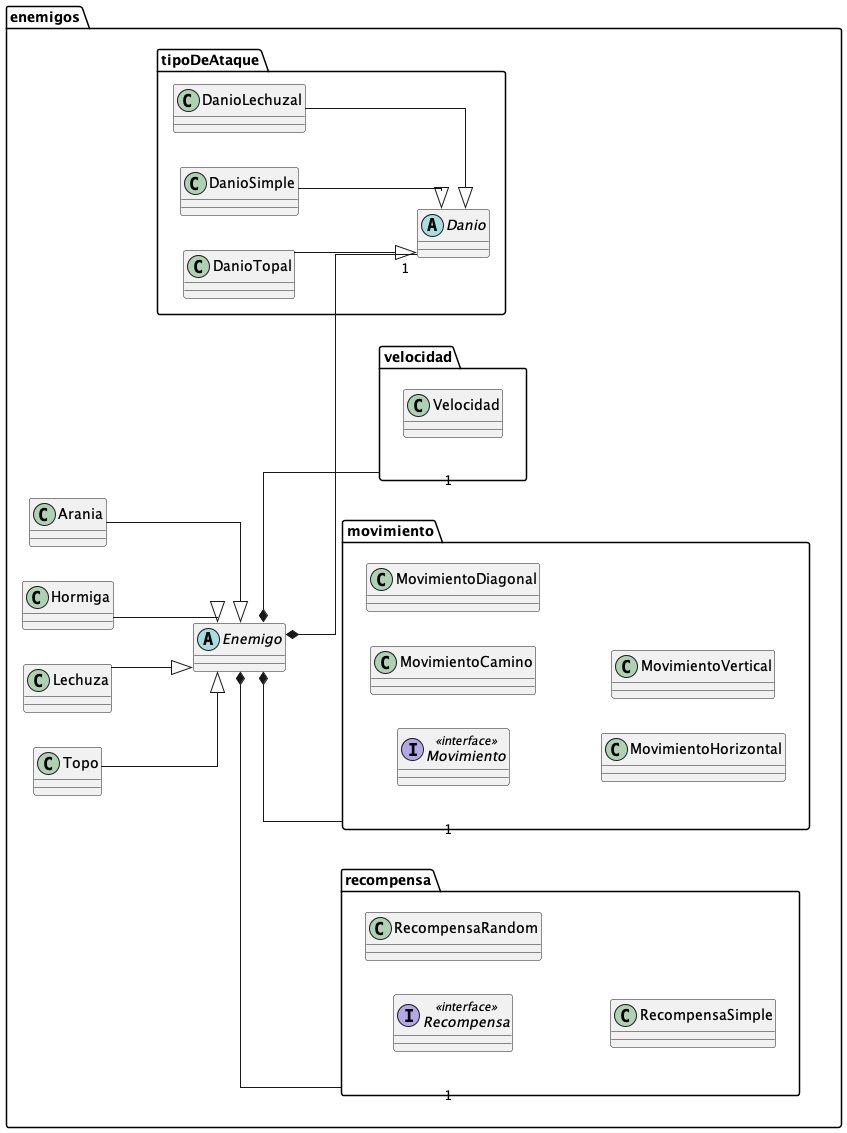
Earlier version of the PlantUML export diagrams/packages/enemigosPackage.png (franzimbi/algo3_tp2).
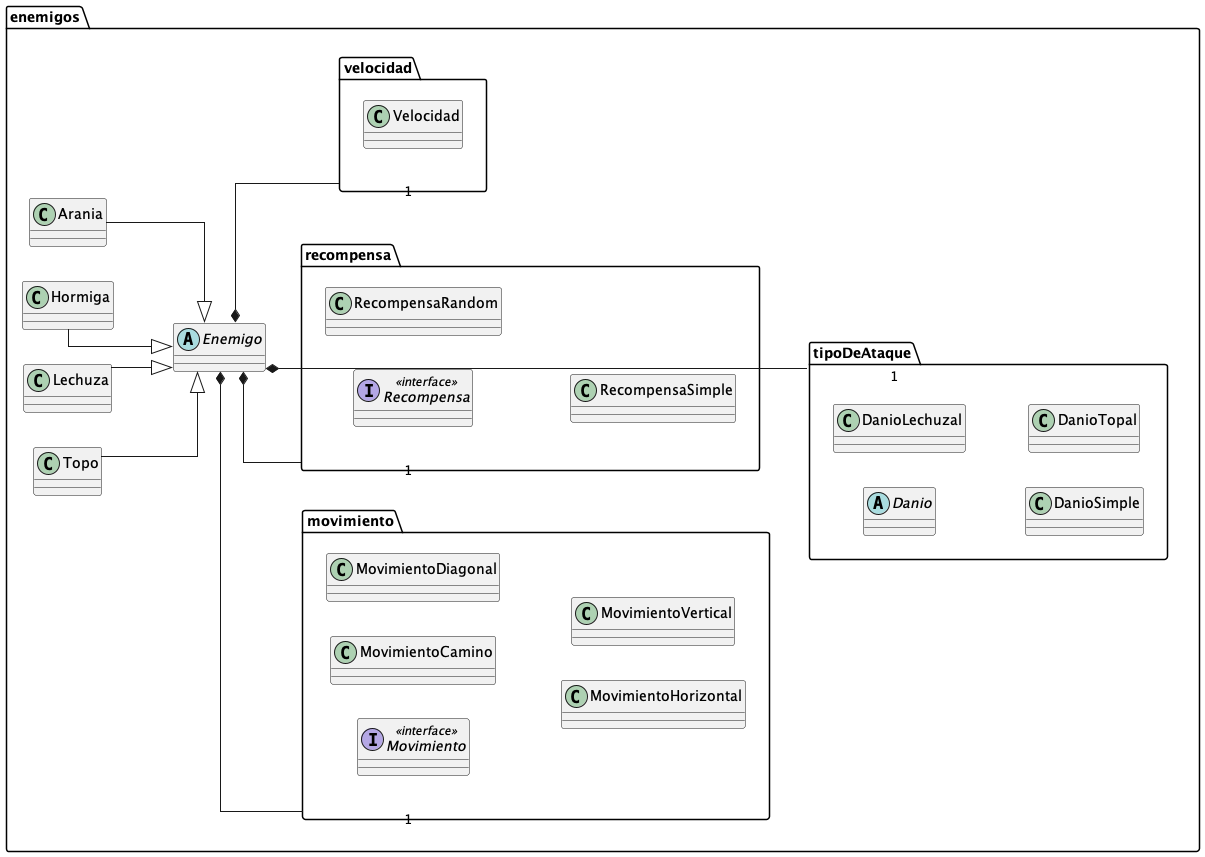
After the commit.

Change to the diagram source:
```diff
@@ -36,10 +36,8 @@
 }
 
 Arania --|>  Enemigo
-DanioLechuzal --|>  Danio
-DanioSimple --|>  Danio
-DanioTopal --|>  Danio
-Enemigo *-- "1" Danio
+
+Enemigo *-- "1" "tipoDeAtaque"
 Enemigo *-- "1" "movimiento"
 Enemigo *-- "1" "recompensa"
 Enemigo *-- "1" "velocidad"
```
